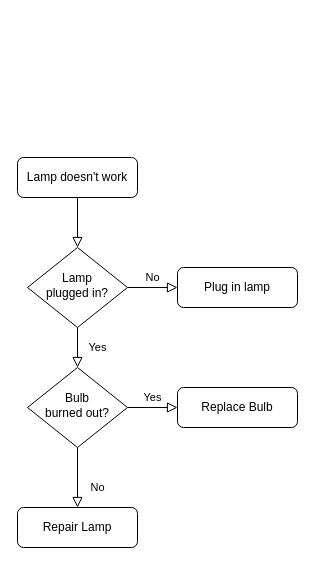
The draw.io diagram Documentacion/Untitled Diagram.drawio in CarlosOmarVela/Equipo3BootcampSel, before the edit. Source tidied: cells renumbered, new cells numbered last; positions are measured from the earlier drawing's top-left corner, leaving out a move shared by most shapes. Both pictures are drawn from the tidied source at 100%, with x=0, y=0 at pixel (17, 157).
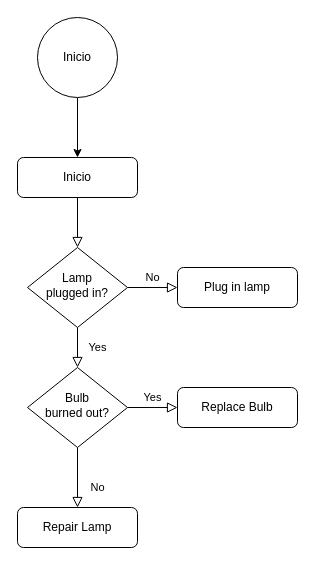
The same diagram, later.

Commit message:
Diagrama de procesos

Change to the diagram source:
```diff
@@
 <mxGraphModel>
   <root>
     <mxCell id="0" />
     <mxCell id="1" parent="0" />
     <mxCell id="2" style="rounded=0;html=1;jettySize=auto;fontSize=11;endArrow=block;endFill=0;endSize=8;strokeWidth=1;shadow=0;labelBackgroundColor=none;edgeStyle=orthogonalEdgeStyle;" parent="1" edge="1" source="3" target="6">
       <mxGeometry relative="1" as="geometry" />
     </mxCell>
-    <mxCell id="3" value="Lamp doesn't work" style="rounded=1;whiteSpace=wrap;html=1;fontSize=12;glass=0;strokeWidth=1;shadow=0;" parent="1" vertex="1">
+    <mxCell id="3" value="Inicio" style="rounded=1;whiteSpace=wrap;html=1;fontSize=12;glass=0;strokeWidth=1;shadow=0;" parent="1" vertex="1">
       <mxGeometry width="120" height="40" as="geometry" />
     </mxCell>
     <mxCell id="4" value="Yes" style="rounded=0;html=1;jettySize=auto;fontSize=11;endArrow=block;endFill=0;endSize=8;strokeWidth=1;shadow=0;labelBackgroundColor=none;edgeStyle=orthogonalEdgeStyle;" parent="1" edge="1" source="6" target="10">
       <mxGeometry y="20" relative="1" as="geometry" />
     </mxCell>
     <mxCell id="5" value="No" style="edgeStyle=orthogonalEdgeStyle;rounded=0;html=1;jettySize=auto;fontSize=11;endArrow=block;endFill=0;endSize=8;strokeWidth=1;shadow=0;labelBackgroundColor=none;" parent="1" edge="1" source="6" target="7">
       <mxGeometry y="10" relative="1" as="geometry" />
     </mxCell>
     <mxCell id="6" value="Lamp&lt;br&gt;plugged in?" style="rhombus;whiteSpace=wrap;html=1;shadow=0;fontFamily=Helvetica;fontSize=12;align=center;strokeWidth=1;spacing=6;spacingTop=-4;" parent="1" vertex="1">
       <mxGeometry x="10" y="90" width="100" height="80" as="geometry" />
     </mxCell>
     <mxCell id="7" value="Plug in lamp" style="rounded=1;whiteSpace=wrap;html=1;fontSize=12;glass=0;strokeWidth=1;shadow=0;" parent="1" vertex="1">
       <mxGeometry x="160" y="110" width="120" height="40" as="geometry" />
     </mxCell>
     <mxCell id="8" value="No" style="rounded=0;html=1;jettySize=auto;fontSize=11;endArrow=block;endFill=0;endSize=8;strokeWidth=1;shadow=0;labelBackgroundColor=none;edgeStyle=orthogonalEdgeStyle;" parent="1" edge="1" source="10" target="11">
       <mxGeometry x="0.33" y="20" relative="1" as="geometry" />
     </mxCell>
     <mxCell id="9" value="Yes" style="edgeStyle=orthogonalEdgeStyle;rounded=0;html=1;jettySize=auto;fontSize=11;endArrow=block;endFill=0;endSize=8;strokeWidth=1;shadow=0;labelBackgroundColor=none;" parent="1" edge="1" source="10" target="12">
       <mxGeometry y="10" relative="1" as="geometry" />
     </mxCell>
     <mxCell id="10" value="Bulb&lt;br&gt;burned out?" style="rhombus;whiteSpace=wrap;html=1;shadow=0;fontFamily=Helvetica;fontSize=12;align=center;strokeWidth=1;spacing=6;spacingTop=-4;" parent="1" vertex="1">
       <mxGeometry x="10" y="210" width="100" height="80" as="geometry" />
     </mxCell>
     <mxCell id="11" value="Repair Lamp" style="rounded=1;whiteSpace=wrap;html=1;fontSize=12;glass=0;strokeWidth=1;shadow=0;" parent="1" vertex="1">
       <mxGeometry y="350" width="120" height="40" as="geometry" />
     </mxCell>
     <mxCell id="12" value="Replace Bulb" style="rounded=1;whiteSpace=wrap;html=1;fontSize=12;glass=0;strokeWidth=1;shadow=0;" parent="1" vertex="1">
       <mxGeometry x="160" y="230" width="120" height="40" as="geometry" />
     </mxCell>
+    <mxCell id="13" style="edgeStyle=orthogonalEdgeStyle;rounded=0;jettySize=auto;html=1;exitX=0.5;exitY=1;exitDx=0;exitDy=0;entryX=0.5;entryY=0;entryDx=0;entryDy=0;" parent="1" edge="1" source="14" target="3">
+      <mxGeometry relative="1" as="geometry" />
+    </mxCell>
+    <mxCell id="14" value="Inicio" style="ellipse;whiteSpace=wrap;html=1;" parent="1" vertex="1">
+      <mxGeometry x="20" y="-140" width="80" height="80" as="geometry" />
+    </mxCell>
   </root>
 </mxGraphModel>
```
